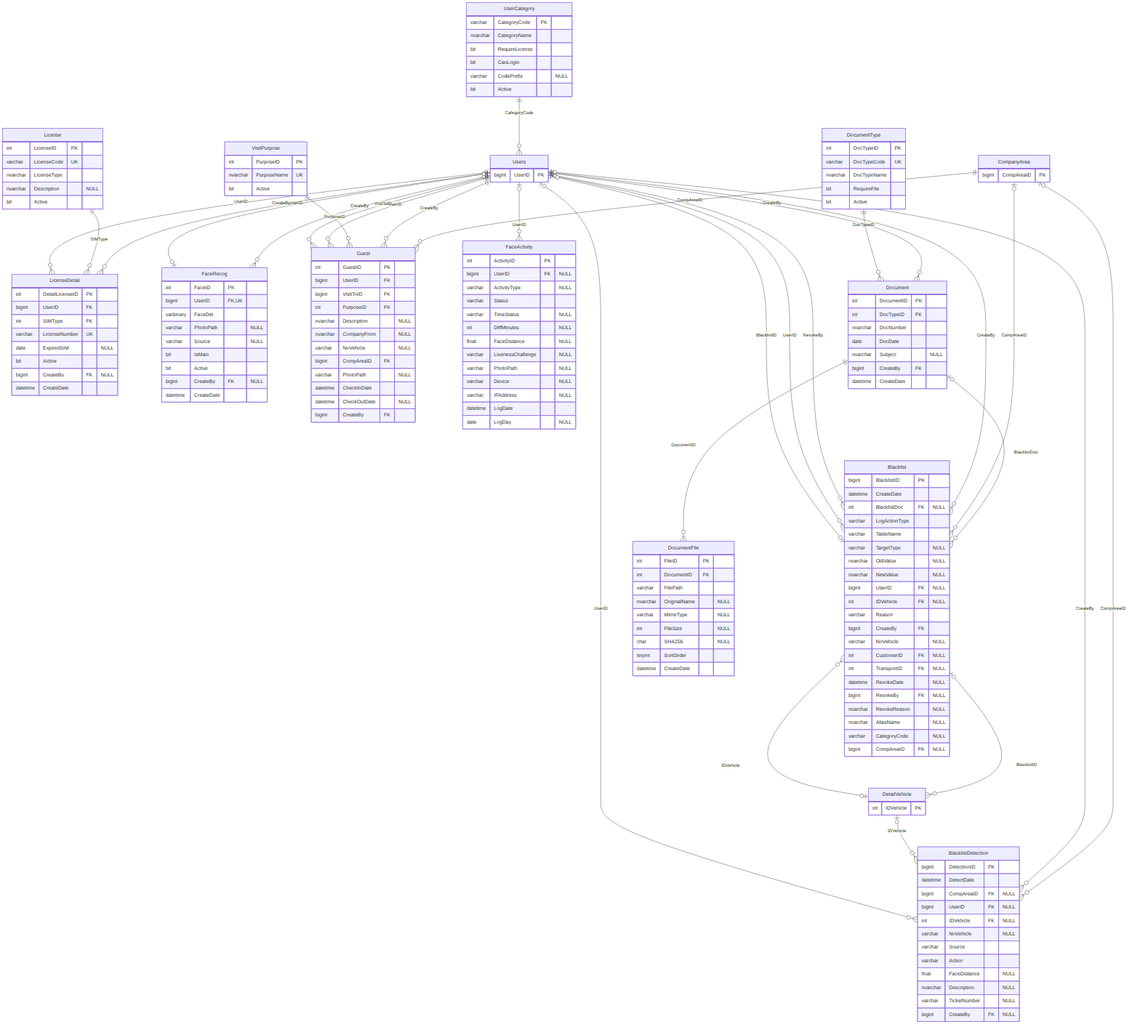
This is docs/erd/02_personel_dokumen.png from aetheriin/timbangan_sawit_v2, a Mermaid export, as it was before one commit. Its source is kept beside it as docs/erd/02_personel_dokumen.mmd. Its diagram source:
```mermaid
erDiagram
    UserCategory {
        varchar CategoryCode PK
        nvarchar CategoryName
        bit RequireLicense
        bit CanLogin
        varchar CodePrefix "NULL"
        bit Active
    }
    Users {
        bigint UserID PK
    }
    License {
        int LicenseID PK
        varchar LicenseCode UK
        nvarchar LicenseType
        nvarchar Description "NULL"
        bit Active
    }
    LicenseDetail {
        int DetailLicenseID PK
        bigint UserID FK
        int SIMType FK
        varchar LicenseNumber UK
        date ExpiredSIM "NULL"
        bit Active
        bigint CreateBy FK "NULL"
        datetime CreateDate
    }
    FaceRecog {
        int FaceID PK
        bigint UserID FK,UK
        varbinary FaceDet
        varchar PhotoPath "NULL"
        varchar Source "NULL"
        bit IsMain
        bit Active
        bigint CreateBy FK "NULL"
        datetime CreateDate
    }
    VisitPurpose {
        int PurposeID PK
        nvarchar PurposeName UK
        bit Active
    }
    Guest {
        int GuestID PK
        bigint UserID FK
        bigint VisitToID FK
        int PurposeID FK
        nvarchar Description "NULL"
        nvarchar CompanyFrom "NULL"
        varchar NoVehicle "NULL"
        bigint CompAreaID FK
        varchar PhotoPath "NULL"
        datetime CheckInDate
        datetime CheckOutDate "NULL"
        bigint CreateBy FK
    }
    FaceActivity {
        int ActivityID PK
        bigint UserID FK "NULL"
        varchar ActivityType "NULL"
        varchar Status
        varchar TimeStatus "NULL"
        int DiffMinutes "NULL"
        float FaceDistance "NULL"
        varchar LivenessChallenge "NULL"
        varchar PhotoPath "NULL"
        varchar Device "NULL"
        varchar IPAddress "NULL"
        datetime LogDate
        date LogDay "NULL"
    }
    Blacklist {
        bigint BlacklistID PK
        datetime CreateDate
        int BlacklistDoc FK "NULL"
        varchar LogActionType
        varchar TableName
        varchar TargetType "NULL"
        nvarchar OldValue "NULL"
        nvarchar NewValue "NULL"
        bigint UserID FK "NULL"
        int IDVehicle FK "NULL"
        varchar Reason
        bigint CreateBy FK
        varchar NoVehicle "NULL"
        int CustomerID FK "NULL"
        int TransportID FK "NULL"
        datetime RevokeDate "NULL"
        bigint RevokeBy FK "NULL"
        nvarchar RevokeReason "NULL"
        nvarchar AliasName "NULL"
        varchar CategoryCode "NULL"
        bigint CompAreaID FK "NULL"
    }
    BlacklistDetection {
        bigint DetectionID PK
        datetime DetectDate
        bigint CompAreaID FK "NULL"
        bigint UserID FK "NULL"
        int IDVehicle FK "NULL"
        varchar NoVehicle "NULL"
        varchar Source
        varchar Action
        float FaceDistance "NULL"
        nvarchar Description "NULL"
        varchar TicketNumber "NULL"
        bigint CreateBy FK "NULL"
    }
    DocumentType {
        int DocTypeID PK
        varchar DocTypeCode UK
        nvarchar DocTypeName
        bit RequireFile
        bit Active
    }
    Document {
        int DocumentID PK
        int DocTypeID FK
        nvarchar DocNumber
        date DocDate
        nvarchar Subject "NULL"
        bigint CreateBy FK
        datetime CreateDate
    }
    DocumentFile {
        int FileID PK
        int DocumentID FK
        varchar FilePath
        nvarchar OriginalName "NULL"
        varchar MimeType "NULL"
        int FileSize "NULL"
        char SHA256 "NULL"
        tinyint SortOrder
        datetime CreateDate
    }
    DetailVehicle {
        int IDVehicle PK
    }
    CompanyArea {
        bigint CompAreaID PK
    }
    Document |o--o{ Blacklist : "BlacklistDoc"
    CompanyArea |o--o{ Blacklist : "CompAreaID"
    Users ||--o{ Blacklist : "CreateBy"
    DetailVehicle |o--o{ Blacklist : "IDVehicle"
    Users |o--o{ Blacklist : "RevokeBy"
    Users |o--o{ Blacklist : "UserID"
    CompanyArea |o--o{ BlacklistDetection : "CompAreaID"
    Users |o--o{ BlacklistDetection : "CreateBy"
    DetailVehicle |o--o{ BlacklistDetection : "IDVehicle"
    Users |o--o{ BlacklistDetection : "UserID"
    Blacklist |o--o{ DetailVehicle : "BlacklistID"
    Users ||--o{ Document : "CreateBy"
    DocumentType ||--o{ Document : "DocTypeID"
    Document ||--o{ DocumentFile : "DocumentID"
    Users |o--o{ FaceActivity : "UserID"
    Users |o--o{ FaceRecog : "CreateBy"
    Users ||--o| FaceRecog : "UserID"
    CompanyArea ||--o{ Guest : "CompAreaID"
    Users ||--o{ Guest : "CreateBy"
    VisitPurpose ||--o{ Guest : "PurposeID"
    Users ||--o{ Guest : "UserID"
    Users ||--o{ Guest : "VisitToID"
    Users |o--o{ LicenseDetail : "CreateBy"
    License ||--o{ LicenseDetail : "SIMType"
    Users ||--o{ LicenseDetail : "UserID"
    Blacklist |o--o{ Users : "BlacklistID"
    UserCategory ||--o{ Users : "CategoryCode"
```
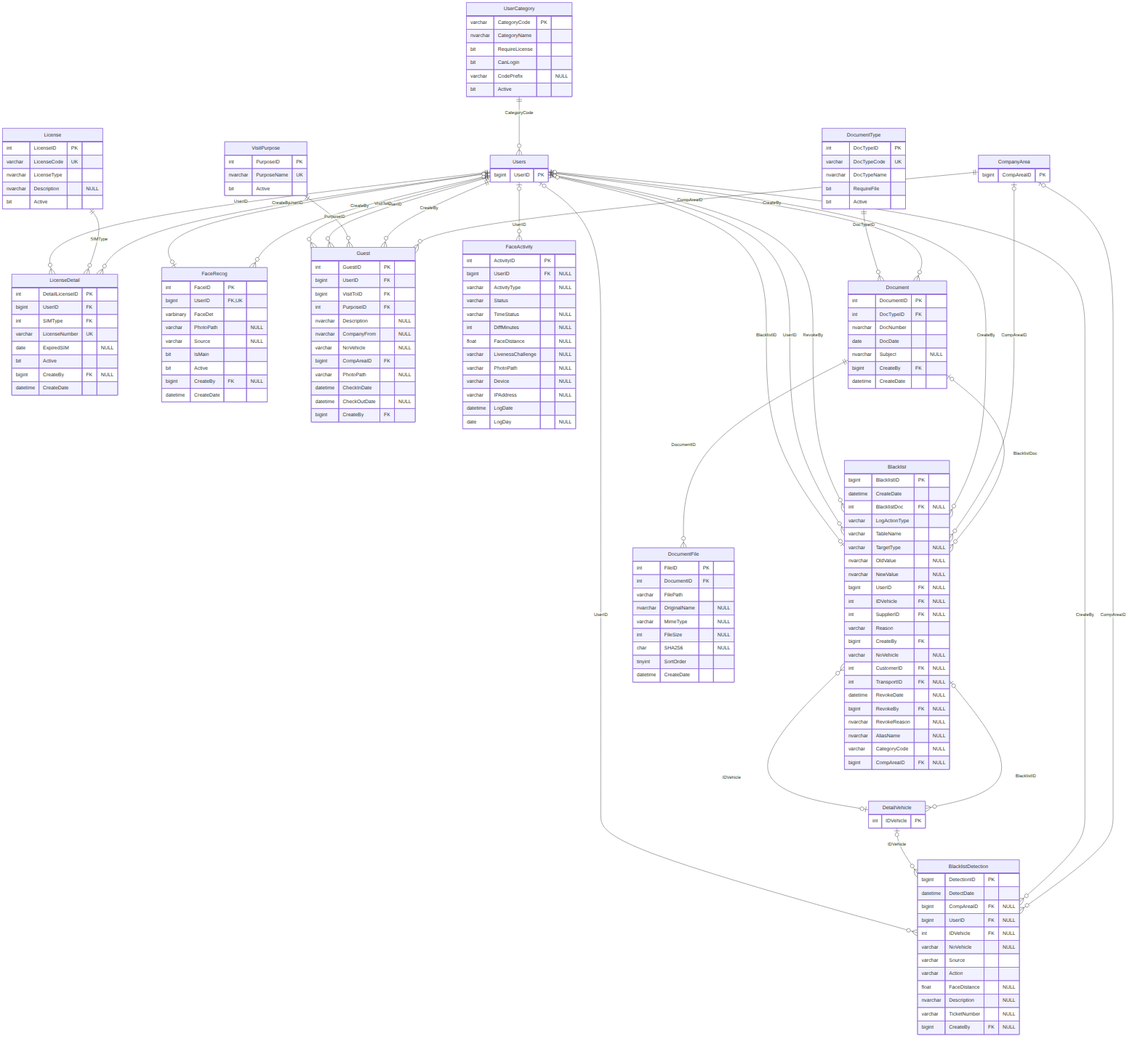
Later version of the same file.

The edit, as a diff of the source:
```diff
@@ -83,6 +83,7 @@
         nvarchar NewValue "NULL"
         bigint UserID FK "NULL"
         int IDVehicle FK "NULL"
+        int SupplierID FK "NULL"
         varchar Reason
         bigint CreateBy FK
         varchar NoVehicle "NULL"
```
